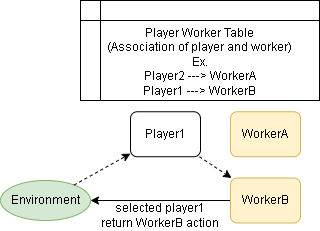
Before: diagrams/overview-multiplay.drawio.png, a diagram exported from draw.io (pocokhc/simple_distributed_rl). Source tidied: cells renumbered, new cells last; positions are measured from the earlier drawing's top-left corner, leaving out a move shared by most shapes.
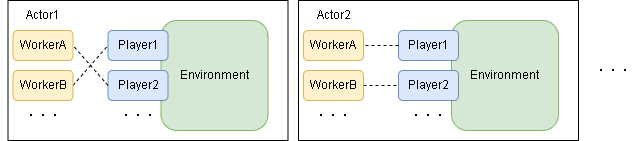
The same diagram one commit later.

The edit, as a diff of the source:
```diff
@@ -2,32 +2,74 @@
   <root>
     <mxCell id="0" />
     <mxCell id="1" parent="0" />
-    <mxCell id="2" value="Environment" style="ellipse;whiteSpace=wrap;html=1;fillColor=#d5e8d4;strokeColor=#82b366;" parent="1" vertex="1">
-      <mxGeometry y="180" width="90" height="40" as="geometry" />
-    </mxCell>
-    <mxCell id="3" value="WorkerA" style="rounded=1;whiteSpace=wrap;html=1;fillColor=#fff2cc;strokeColor=#d6b656;" parent="1" vertex="1">
-      <mxGeometry x="230" y="111.2" width="70" height="45" as="geometry" />
-    </mxCell>
-    <mxCell id="4" value="selected player1&lt;br&gt;return WorkerB action" style="text;html=1;strokeColor=none;fillColor=none;align=center;verticalAlign=middle;whiteSpace=wrap;rounded=0;" parent="1" vertex="1">
-      <mxGeometry x="90" y="200" width="140" height="30" as="geometry" />
-    </mxCell>
-    <mxCell id="5" style="rounded=0;jettySize=auto;html=1;dashed=1;" parent="1" edge="1" source="7" target="9">
-      <mxGeometry relative="1" as="geometry" />
-    </mxCell>
-    <mxCell id="6" style="edgeStyle=none;rounded=0;jettySize=auto;html=1;dashed=1;" parent="1" edge="1" source="2" target="7">
-      <mxGeometry relative="1" as="geometry" />
-    </mxCell>
-    <mxCell id="7" value="Player1" style="rounded=1;whiteSpace=wrap;html=1;" parent="1" vertex="1">
-      <mxGeometry x="130" y="111.2" width="70" height="45" as="geometry" />
-    </mxCell>
-    <mxCell id="8" style="rounded=0;jettySize=auto;html=1;" parent="1" edge="1" source="9" target="2">
-      <mxGeometry relative="1" as="geometry" />
-    </mxCell>
-    <mxCell id="9" value="WorkerB" style="rounded=1;whiteSpace=wrap;html=1;fillColor=#fff2cc;strokeColor=#d6b656;" parent="1" vertex="1">
-      <mxGeometry x="230" y="177.5" width="70" height="45" as="geometry" />
-    </mxCell>
-    <mxCell id="10" value="Player Worker Table&lt;br&gt;(Association of player and worker)&lt;br&gt;Ex.&lt;br&gt;Player2 ---&amp;gt; WorkerA&lt;br&gt;Player1 ---&amp;gt; WorkerB" style="shape=internalStorage;whiteSpace=wrap;html=1;backgroundOutline=1;verticalAlign=bottom;" parent="1" vertex="1">
-      <mxGeometry x="80" width="239" height="100" as="geometry" />
-    </mxCell>
+    <mxCell id="11" style="rounded=0;whiteSpace=wrap;html=1;" parent="1" vertex="1">
+      <mxGeometry x="59.5" y="280" width="280" height="140" as="geometry" />
+    </mxCell>
+    <mxCell id="12" value="WorkerA" style="rounded=1;whiteSpace=wrap;html=1;fillColor=#fff2cc;strokeColor=#d6b656;" parent="1" vertex="1">
+      <mxGeometry x="64.5" y="310" width="60" height="30" as="geometry" />
+    </mxCell>
+    <mxCell id="13" value="Actor1" style="text;html=1;strokeColor=none;fillColor=none;align=center;verticalAlign=middle;whiteSpace=wrap;rounded=0;" parent="1" vertex="1">
+      <mxGeometry x="52" y="280" width="85" height="30" as="geometry" />
+    </mxCell>
+    <mxCell id="14" value="Environment" style="rounded=1;whiteSpace=wrap;html=1;fillColor=#d5e8d4;strokeColor=#82b366;" parent="1" vertex="1">
+      <mxGeometry x="212.5" y="300" width="107" height="110" as="geometry" />
+    </mxCell>
+    <mxCell id="15" value="Player1" style="rounded=1;whiteSpace=wrap;html=1;fillColor=#dae8fc;strokeColor=#6c8ebf;" parent="1" vertex="1">
+      <mxGeometry x="159.5" y="310" width="60" height="30" as="geometry" />
+    </mxCell>
+    <mxCell id="16" style="rounded=0;jettySize=auto;html=1;exitX=1;exitY=0.5;exitDx=0;exitDy=0;entryX=0;entryY=0.5;entryDx=0;entryDy=0;endArrow=none;endFill=0;dashed=1;" parent="1" edge="1" source="17" target="15">
+      <mxGeometry relative="1" as="geometry" />
+    </mxCell>
+    <mxCell id="17" value="WorkerB" style="rounded=1;whiteSpace=wrap;html=1;fillColor=#fff2cc;strokeColor=#d6b656;" parent="1" vertex="1">
+      <mxGeometry x="64.5" y="350" width="60" height="30" as="geometry" />
+    </mxCell>
+    <mxCell id="18" value="Player2" style="rounded=1;whiteSpace=wrap;html=1;fillColor=#dae8fc;strokeColor=#6c8ebf;" parent="1" vertex="1">
+      <mxGeometry x="159.5" y="350" width="60" height="30" as="geometry" />
+    </mxCell>
+    <mxCell id="19" value="・・・" style="text;html=1;strokeColor=none;fillColor=none;align=center;verticalAlign=middle;whiteSpace=wrap;rounded=0;" parent="1" vertex="1">
+      <mxGeometry x="164.5" y="380" width="50" height="30" as="geometry" />
+    </mxCell>
+    <mxCell id="20" value="・・・" style="text;html=1;strokeColor=none;fillColor=none;align=center;verticalAlign=middle;whiteSpace=wrap;rounded=0;" parent="1" vertex="1">
+      <mxGeometry x="69.5" y="380" width="50" height="30" as="geometry" />
+    </mxCell>
+    <mxCell id="21" style="rounded=0;jettySize=auto;html=1;exitX=0;exitY=0.5;exitDx=0;exitDy=0;entryX=1;entryY=0.5;entryDx=0;entryDy=0;endArrow=none;endFill=0;dashed=1;" parent="1" edge="1" source="18" target="12">
+      <mxGeometry relative="1" as="geometry" />
+    </mxCell>
+    <mxCell id="22" style="rounded=0;whiteSpace=wrap;html=1;" parent="1" vertex="1">
+      <mxGeometry x="350" y="280" width="280" height="140" as="geometry" />
+    </mxCell>
+    <mxCell id="23" value="WorkerA" style="rounded=1;whiteSpace=wrap;html=1;fillColor=#fff2cc;strokeColor=#d6b656;" parent="1" vertex="1">
+      <mxGeometry x="355" y="310" width="60" height="30" as="geometry" />
+    </mxCell>
+    <mxCell id="24" value="Actor2" style="text;html=1;strokeColor=none;fillColor=none;align=center;verticalAlign=middle;whiteSpace=wrap;rounded=0;" parent="1" vertex="1">
+      <mxGeometry x="342.5" y="280" width="85" height="30" as="geometry" />
+    </mxCell>
+    <mxCell id="25" value="Environment" style="rounded=1;whiteSpace=wrap;html=1;fillColor=#d5e8d4;strokeColor=#82b366;" parent="1" vertex="1">
+      <mxGeometry x="503" y="300" width="107" height="110" as="geometry" />
+    </mxCell>
+    <mxCell id="26" value="Player1" style="rounded=1;whiteSpace=wrap;html=1;fillColor=#dae8fc;strokeColor=#6c8ebf;" parent="1" vertex="1">
+      <mxGeometry x="450" y="310" width="60" height="30" as="geometry" />
+    </mxCell>
+    <mxCell id="27" style="rounded=0;jettySize=auto;html=1;exitX=1;exitY=0.5;exitDx=0;exitDy=0;entryX=0;entryY=0.5;entryDx=0;entryDy=0;endArrow=none;endFill=0;dashed=1;" parent="1" edge="1" source="28" target="29">
+      <mxGeometry relative="1" as="geometry" />
+    </mxCell>
+    <mxCell id="28" value="WorkerB" style="rounded=1;whiteSpace=wrap;html=1;fillColor=#fff2cc;strokeColor=#d6b656;" parent="1" vertex="1">
+      <mxGeometry x="355" y="350" width="60" height="30" as="geometry" />
+    </mxCell>
+    <mxCell id="29" value="Player2" style="rounded=1;whiteSpace=wrap;html=1;fillColor=#dae8fc;strokeColor=#6c8ebf;" parent="1" vertex="1">
+      <mxGeometry x="450" y="350" width="60" height="30" as="geometry" />
+    </mxCell>
+    <mxCell id="30" value="・・・" style="text;html=1;strokeColor=none;fillColor=none;align=center;verticalAlign=middle;whiteSpace=wrap;rounded=0;" parent="1" vertex="1">
+      <mxGeometry x="455" y="380" width="50" height="30" as="geometry" />
+    </mxCell>
+    <mxCell id="31" value="・・・" style="text;html=1;strokeColor=none;fillColor=none;align=center;verticalAlign=middle;whiteSpace=wrap;rounded=0;" parent="1" vertex="1">
+      <mxGeometry x="360" y="380" width="50" height="30" as="geometry" />
+    </mxCell>
+    <mxCell id="32" style="rounded=0;jettySize=auto;html=1;exitX=0;exitY=0.5;exitDx=0;exitDy=0;entryX=1;entryY=0.5;entryDx=0;entryDy=0;endArrow=none;endFill=0;dashed=1;" parent="1" edge="1" source="26" target="23">
+      <mxGeometry relative="1" as="geometry" />
+    </mxCell>
+    <mxCell id="33" value="・・・" style="text;html=1;strokeColor=none;fillColor=none;align=center;verticalAlign=middle;whiteSpace=wrap;rounded=0;" parent="1" vertex="1">
+      <mxGeometry x="640" y="335" width="50" height="30" as="geometry" />
+    </mxCell>
   </root>
 </mxGraphModel>
```
